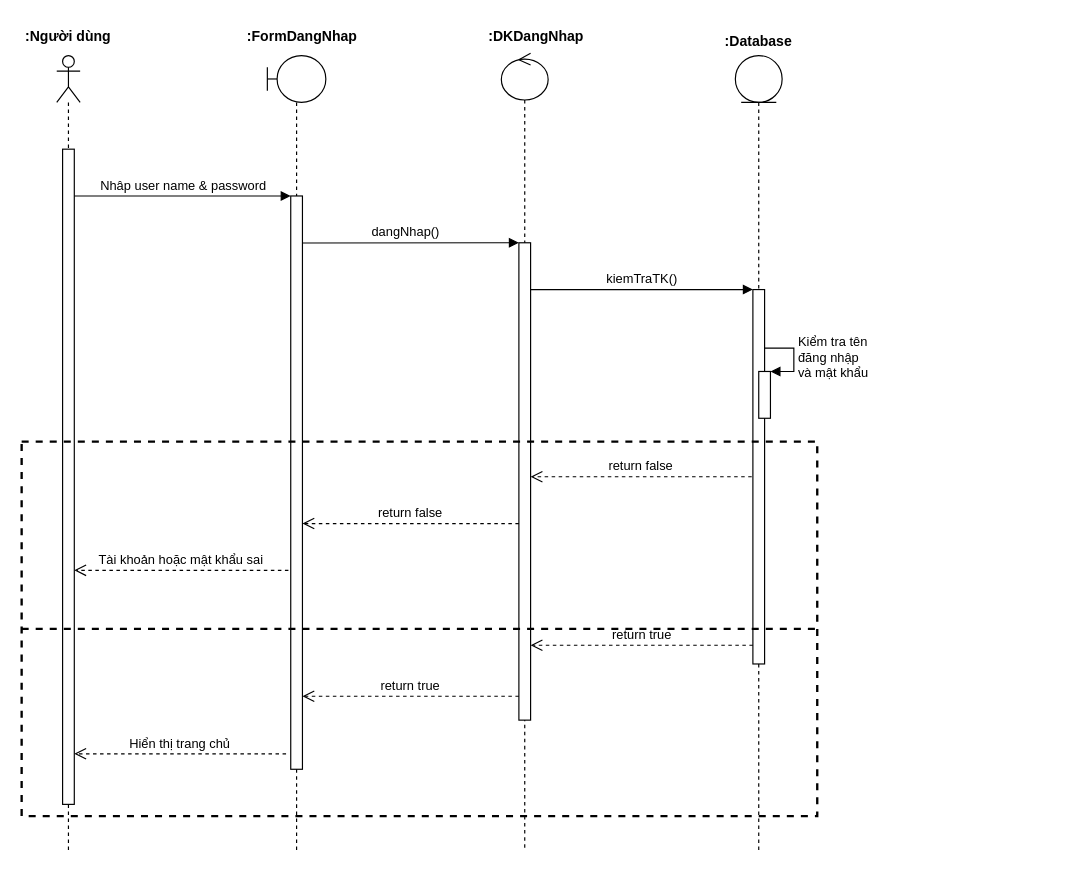
Above: page "login" (2 of 2) of Search sequence diagram.drawio in LocalHost127000/OODA (draw.io), before the change. Source tidied: cells renumbered, new cells numbered last; positions are measured from the earlier drawing's top-left corner, leaving out a move shared by most shapes. Both pictures are drawn from the tidied source at 117%, with x=0, y=0 at pixel (21, 20).
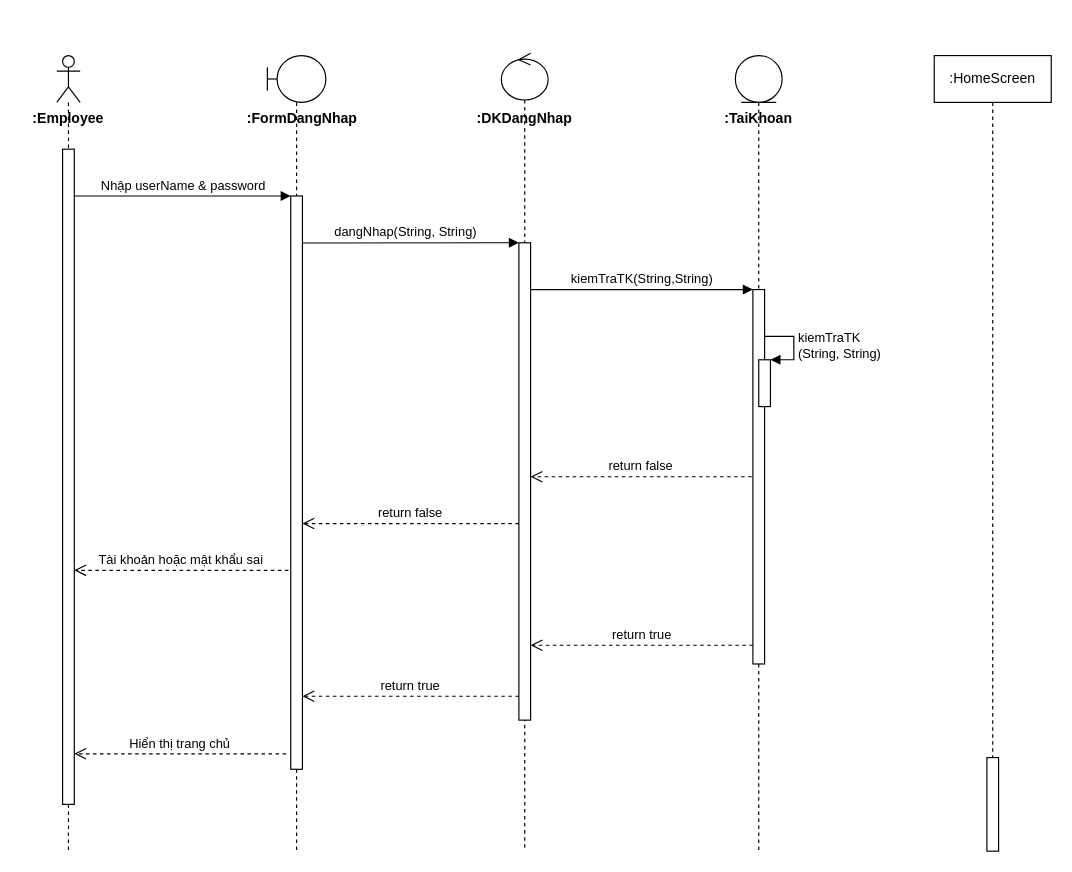
Above is the later version.

The change refers to these unchanged cells:
```xml
<mxCell id="3" style="html=1;points=[];perimeter=orthogonalPerimeter;" parent="2" vertex="1">
  <mxGeometry x="5" y="80" width="10" height="560" as="geometry" />
</mxCell>
<mxCell id="6" style="html=1;points=[];perimeter=orthogonalPerimeter;" parent="5" vertex="1">
  <mxGeometry x="20" y="120" width="10" height="490" as="geometry" />
</mxCell>
<mxCell id="9" style="html=1;points=[];perimeter=orthogonalPerimeter;" parent="8" vertex="1">
  <mxGeometry x="15" y="162" width="10" height="408" as="geometry" />
</mxCell>
<mxCell id="11" style="shape=umlLifeline;participant=umlEntity;perimeter=lifelinePerimeter;whiteSpace=wrap;html=1;verticalAlign=top;spacingTop=36;" parent="1" vertex="1">
  <mxGeometry x="610" y="30" width="40" height="680" as="geometry" />
</mxCell>
<mxCell id="12" style="html=1;points=[];perimeter=orthogonalPerimeter;" parent="11" vertex="1">
  <mxGeometry x="15" y="200" width="10" height="320" as="geometry" />
</mxCell>
```

Change to the diagram source:
```diff
@@
-    <mxCell id="4" value=":Người dùng" style="text;align=center;fontStyle=1;verticalAlign=middle;spacingLeft=3;spacingRight=3;strokeColor=none;" parent="1" vertex="1">
-      <mxGeometry width="80" height="26" as="geometry" />
+    <mxCell id="4" value=":Employee" style="text;align=center;fontStyle=1;verticalAlign=middle;spacingLeft=3;spacingRight=3;strokeColor=none;" parent="1" vertex="1">
+      <mxGeometry y="70" width="80" height="26" as="geometry" />
     </mxCell>
@@
     <mxCell id="7" value=":FormDangNhap" style="text;align=center;fontStyle=1;verticalAlign=middle;spacingLeft=3;spacingRight=3;strokeColor=none;" parent="1" vertex="1">
-      <mxGeometry x="200" width="80" height="26" as="geometry" />
+      <mxGeometry x="200" y="70" width="80" height="26" as="geometry" />
     </mxCell>
@@
     <mxCell id="10" value=":DKDangNhap" style="text;align=center;fontStyle=1;verticalAlign=middle;spacingLeft=3;spacingRight=3;strokeColor=none;" parent="1" vertex="1">
-      <mxGeometry x="400" width="80" height="26" as="geometry" />
+      <mxGeometry x="390" y="70" width="80" height="26" as="geometry" />
     </mxCell>
@@
+    <mxCell id="27" style="html=1;points=[];perimeter=orthogonalPerimeter;fillColor=#ffffff;" parent="11" vertex="1">
+      <mxGeometry x="20" y="260" width="10" height="40" as="geometry" />
+    </mxCell>
+    <mxCell id="28" value="kiemTraTK&lt;br&gt;(String, String)" style="edgeStyle=orthogonalEdgeStyle;html=1;align=left;spacingLeft=2;endArrow=block;rounded=0;entryX=1;entryY=0;" parent="11" edge="1" target="27">
+      <mxGeometry relative="1" as="geometry">
+        <mxPoint x="25" y="240" as="sourcePoint" />
+        <Array as="points">
+          <mxPoint x="50" y="240" />
+        </Array>
+      </mxGeometry>
+    </mxCell>
-    <mxCell id="13" value=":Database" style="text;align=center;fontStyle=1;verticalAlign=middle;spacingLeft=3;spacingRight=3;strokeColor=none;" parent="1" vertex="1">
-      <mxGeometry x="590" y="4" width="80" height="26" as="geometry" />
+    <mxCell id="13" value=":TaiKhoan" style="text;align=center;fontStyle=1;verticalAlign=middle;spacingLeft=3;spacingRight=3;strokeColor=none;" parent="1" vertex="1">
+      <mxGeometry x="590" y="70" width="80" height="26" as="geometry" />
     </mxCell>
-    <mxCell id="14" value="Nhâp user name &amp;amp; password" style="html=1;verticalAlign=bottom;endArrow=block;entryX=0;entryY=0;" parent="1" edge="1" source="3" target="6">
+    <mxCell id="14" value="Nhập userName &amp;amp; password" style="html=1;verticalAlign=bottom;endArrow=block;entryX=0;entryY=0;" parent="1" edge="1" source="3" target="6">
       <mxGeometry relative="1" as="geometry" />
     </mxCell>
@@
-    <mxCell id="17" value="dangNhap()" style="html=1;verticalAlign=bottom;endArrow=block;entryX=0;entryY=0;exitX=1;exitY=0.082;exitDx=0;exitDy=0;exitPerimeter=0;" parent="1" edge="1" source="6" target="9">
+    <mxCell id="17" value="dangNhap(String, String)" style="html=1;verticalAlign=bottom;endArrow=block;entryX=0;entryY=0;exitX=1;exitY=0.082;exitDx=0;exitDy=0;exitPerimeter=0;" parent="1" edge="1" source="6" target="9">
       <mxGeometry x="-0.05" relative="1" as="geometry" />
     </mxCell>
-    <mxCell id="18" value="kiemTraTK()" style="html=1;verticalAlign=bottom;endArrow=block;entryX=0;entryY=0;" parent="1" edge="1" source="9" target="12">
+    <mxCell id="18" value="kiemTraTK(String,String)" style="html=1;verticalAlign=bottom;endArrow=block;entryX=0;entryY=0;" parent="1" edge="1" source="9" target="12">
       <mxGeometry relative="1" as="geometry" />
     </mxCell>
@@
-    <mxCell id="20" style="html=1;points=[];perimeter=orthogonalPerimeter;" parent="1" vertex="1">
-      <mxGeometry x="630" y="300" width="10" height="40" as="geometry" />
-    </mxCell>
-    <mxCell id="21" value="&lt;div&gt;Kiểm tra tên&lt;/div&gt;&lt;div&gt;đăng nhập&lt;/div&gt;&lt;div&gt;và mật khẩu&lt;/div&gt;" style="edgeStyle=orthogonalEdgeStyle;html=1;align=left;spacingLeft=2;endArrow=block;rounded=0;entryX=1;entryY=0;" parent="1" edge="1" target="20">
-      <mxGeometry relative="1" as="geometry">
-        <mxPoint x="635" y="280" as="sourcePoint" />
-        <Array as="points">
-          <mxPoint x="660" y="280" />
-        </Array>
-      </mxGeometry>
-    </mxCell>
@@
-    <mxCell id="25" style="rounded=0;whiteSpace=wrap;html=1;fillColor=none;dashed=1;strokeWidth=2;" parent="1" vertex="1">
-      <mxGeometry y="360" width="680" height="320" as="geometry" />
-    </mxCell>
-    <mxCell id="26" style="endArrow=none;dashed=1;html=1;strokeWidth=2;exitX=0;exitY=0.5;exitDx=0;exitDy=0;entryX=1;entryY=0.5;entryDx=0;entryDy=0;" parent="1" edge="1" source="25" target="25">
-      <mxGeometry relative="1" as="geometry" />
-    </mxCell>
+    <mxCell id="29" value=":HomeScreen" style="shape=umlLifeline;perimeter=lifelinePerimeter;whiteSpace=wrap;html=1;fillColor=#ffffff;" parent="1" vertex="1">
+      <mxGeometry x="780" y="30" width="100" height="680" as="geometry" />
+    </mxCell>
+    <mxCell id="30" style="html=1;perimeter=orthogonalPerimeter;fillColor=#ffffff;" parent="29" vertex="1">
+      <mxGeometry x="45" y="600" width="10" height="80" as="geometry" />
+    </mxCell>
```
